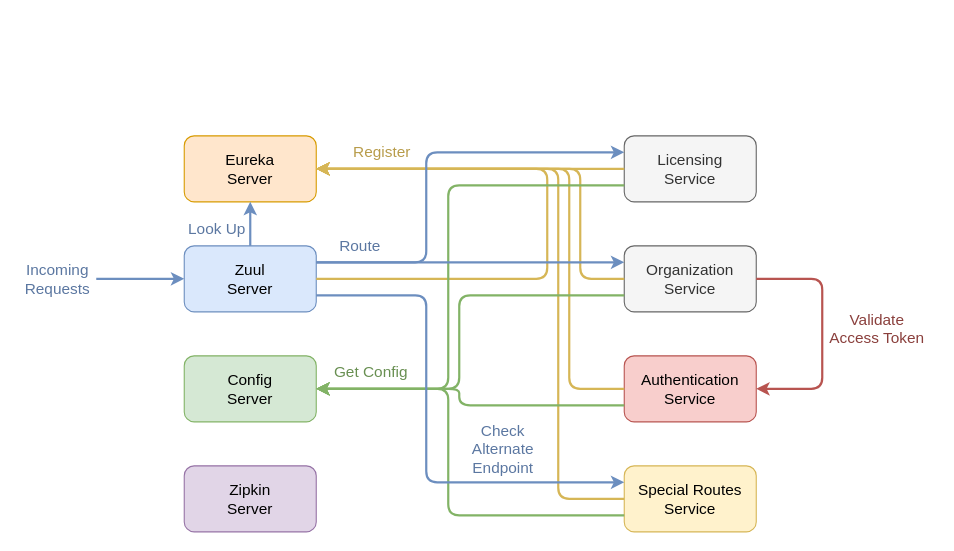
The draw.io diagram readme/drawio/whole_structure.drawio in wuyichen24/spring-microservices-in-action, before the edit. Source tidied: cells renumbered, new cells numbered last; positions are measured from the earlier drawing's top-left corner, leaving out a move shared by most shapes. Both pictures are drawn from the tidied source at 110%, with x=0, y=0 at pixel (19, 135).
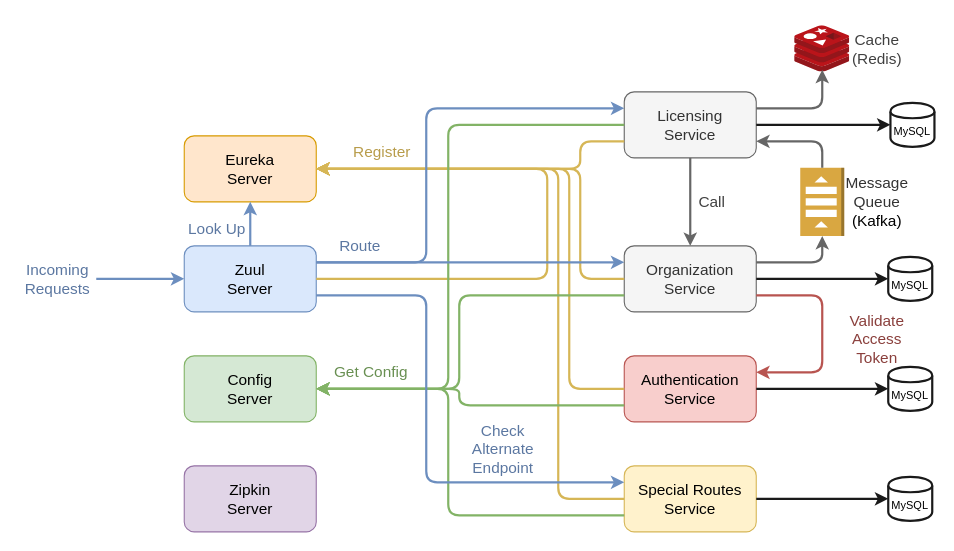
Above is the later version.

Commit message (it also covers changes not shown here):
update whole structure diagram

The change refers to these unchanged cells:
```xml
<mxCell id="2" value="&lt;font style=&quot;font-size: 14px&quot;&gt;Eureka&lt;br&gt;Server&lt;/font&gt;&lt;br&gt;" style="rounded=1;whiteSpace=wrap;html=1;fillColor=#ffe6cc;strokeColor=#d79b00;" parent="1" vertex="1">
  <mxGeometry x="150" width="120" height="60" as="geometry" />
</mxCell>
<mxCell id="3" value="&lt;span style=&quot;font-size: 14px&quot;&gt;Zuul&lt;br&gt;Server&lt;br&gt;&lt;/span&gt;" style="rounded=1;whiteSpace=wrap;html=1;fillColor=#dae8fc;strokeColor=#6c8ebf;" parent="1" vertex="1">
  <mxGeometry x="150" y="100" width="120" height="60" as="geometry" />
</mxCell>
<mxCell id="7" value="&lt;span style=&quot;font-size: 14px&quot;&gt;Organization&lt;br&gt;Service&lt;br&gt;&lt;/span&gt;" style="rounded=1;whiteSpace=wrap;html=1;fillColor=#f5f5f5;strokeColor=#666666;fontColor=#333333;" parent="1" vertex="1">
  <mxGeometry x="550" y="100" width="120" height="60" as="geometry" />
</mxCell>
<mxCell id="8" value="&lt;span style=&quot;font-size: 14px&quot;&gt;Authentication&lt;br&gt;Service&lt;br&gt;&lt;/span&gt;" style="rounded=1;whiteSpace=wrap;html=1;fillColor=#f8cecc;strokeColor=#b85450;" parent="1" vertex="1">
  <mxGeometry x="550" y="200" width="120" height="60" as="geometry" />
</mxCell>
<mxCell id="9" value="&lt;span style=&quot;font-size: 14px&quot;&gt;Special Routes&lt;br&gt;Service&lt;br&gt;&lt;/span&gt;" style="rounded=1;whiteSpace=wrap;html=1;fillColor=#fff2cc;strokeColor=#d6b656;" parent="1" vertex="1">
  <mxGeometry x="550" y="300" width="120" height="60" as="geometry" />
</mxCell>
<mxCell id="20" value="&lt;span style=&quot;font-size: 14px&quot;&gt;&lt;font color=&quot;#688f51&quot;&gt;Get Config&lt;/font&gt;&lt;/span&gt;" style="text;html=1;strokeColor=none;fillColor=none;align=center;verticalAlign=middle;whiteSpace=wrap;rounded=0;" parent="1" vertex="1">
  <mxGeometry x="270" y="200" width="100" height="30" as="geometry" />
</mxCell>
```

The edit, as a diff of the source:
```diff
@@
     <mxCell id="6" value="&lt;font style=&quot;font-size: 14px&quot;&gt;Licensing&lt;br&gt;Service&lt;/font&gt;&lt;br&gt;" style="rounded=1;whiteSpace=wrap;html=1;fillColor=#f5f5f5;strokeColor=#666666;fontColor=#333333;" parent="1" vertex="1">
-      <mxGeometry x="550" width="120" height="60" as="geometry" />
+      <mxGeometry x="550" y="-40" width="120" height="60" as="geometry" />
     </mxCell>
@@
-    <mxCell id="10" style="endArrow=classic;html=1;entryX=1;entryY=0.5;entryDx=0;entryDy=0;exitX=0;exitY=0.5;exitDx=0;exitDy=0;fillColor=#fff2cc;strokeColor=#d6b656;strokeWidth=2;" parent="1" edge="1" source="6" target="2">
-      <mxGeometry relative="1" as="geometry" />
+    <mxCell id="10" style="endArrow=classic;html=1;entryX=1;entryY=0.5;entryDx=0;entryDy=0;fillColor=#fff2cc;strokeColor=#d6b656;strokeWidth=2;exitX=0;exitY=0.75;exitDx=0;exitDy=0;" parent="1" edge="1" source="6" target="2">
+      <mxGeometry relative="1" as="geometry">
+        <Array as="points">
+          <mxPoint x="510" y="5" />
+          <mxPoint x="510" y="30" />
+        </Array>
+      </mxGeometry>
     </mxCell>
@@
-    <mxCell id="16" style="endArrow=classic;html=1;exitX=0;exitY=0.75;exitDx=0;exitDy=0;fillColor=#d5e8d4;strokeColor=#82b366;strokeWidth=2;entryX=0;entryY=1;entryDx=0;entryDy=0;entryPerimeter=0;" parent="1" edge="1" source="6" target="20">
+    <mxCell id="16" style="endArrow=classic;html=1;exitX=0;exitY=0.5;exitDx=0;exitDy=0;fillColor=#d5e8d4;strokeColor=#82b366;strokeWidth=2;entryX=0;entryY=1;entryDx=0;entryDy=0;entryPerimeter=0;" parent="1" edge="1" source="6" target="20">
       <mxGeometry relative="1" as="geometry">
         <Array as="points">
-          <mxPoint x="390" y="45" />
+          <mxPoint x="390" y="-10" />
           <mxPoint x="390" y="230" />
         </Array>
       </mxGeometry>
     </mxCell>
@@
-    <mxCell id="21" style="endArrow=classic;html=1;entryX=1;entryY=0.5;entryDx=0;entryDy=0;exitX=1;exitY=0.5;exitDx=0;exitDy=0;fillColor=#f8cecc;strokeColor=#b85450;strokeWidth=2;" parent="1" edge="1" source="7" target="8">
+    <mxCell id="21" style="endArrow=classic;html=1;entryX=1;entryY=0.25;entryDx=0;entryDy=0;exitX=1;exitY=0.75;exitDx=0;exitDy=0;fillColor=#f8cecc;strokeColor=#b85450;strokeWidth=2;" parent="1" edge="1" source="7" target="8">
       <mxGeometry relative="1" as="geometry">
         <Array as="points">
-          <mxPoint x="730" y="130" />
-          <mxPoint x="730" y="230" />
+          <mxPoint x="730" y="145" />
+          <mxPoint x="730" y="215" />
         </Array>
       </mxGeometry>
     </mxCell>
-    <mxCell id="22" value="&lt;span style=&quot;font-size: 14px&quot;&gt;&lt;font color=&quot;#8a3f3c&quot;&gt;Validate&lt;br&gt;Access Token&lt;/font&gt;&lt;br&gt;&lt;/span&gt;" style="text;html=1;strokeColor=none;fillColor=none;align=center;verticalAlign=middle;whiteSpace=wrap;rounded=0;" parent="1" vertex="1">
-      <mxGeometry x="730" y="160" width="100" height="30" as="geometry" />
+    <mxCell id="22" value="&lt;span style=&quot;font-size: 14px&quot;&gt;&lt;font color=&quot;#8a3f3c&quot;&gt;Validate&lt;br&gt;Access&lt;br&gt;Token&lt;/font&gt;&lt;br&gt;&lt;/span&gt;" style="text;html=1;strokeColor=none;fillColor=none;align=center;verticalAlign=middle;whiteSpace=wrap;rounded=0;" parent="1" vertex="1">
+      <mxGeometry x="748" y="160" width="64" height="50" as="geometry" />
     </mxCell>
     <mxCell id="23" style="endArrow=classic;html=1;entryX=0;entryY=0.25;entryDx=0;entryDy=0;exitX=1;exitY=0.25;exitDx=0;exitDy=0;fillColor=#dae8fc;strokeColor=#6c8ebf;strokeWidth=2;" parent="1" edge="1" source="3" target="6">
       <mxGeometry relative="1" as="geometry">
         <Array as="points">
           <mxPoint x="370" y="115" />
-          <mxPoint x="370" y="15" />
+          <mxPoint x="370" y="-25" />
         </Array>
       </mxGeometry>
     </mxCell>
@@
+    <mxCell id="32" style="outlineConnect=0;dashed=0;verticalLabelPosition=bottom;verticalAlign=top;align=center;html=1;shape=mxgraph.aws3.queue;fillColor=#D9A741;gradientColor=none;rotation=-90;" parent="1" vertex="1">
+      <mxGeometry x="699" y="40" width="62" height="40" as="geometry" />
+    </mxCell>
+    <mxCell id="33" style="endArrow=classic;html=1;entryX=0;entryY=0.5;entryDx=0;entryDy=0;fillColor=#f5f5f5;strokeColor=#666666;strokeWidth=2;exitX=1;exitY=0.25;exitDx=0;exitDy=0;entryPerimeter=0;" parent="1" edge="1" source="7" target="32">
+      <mxGeometry relative="1" as="geometry">
+        <Array as="points">
+          <mxPoint x="730" y="115" />
+        </Array>
+      </mxGeometry>
+    </mxCell>
+    <mxCell id="34" style="endArrow=classic;html=1;entryX=1;entryY=0.75;entryDx=0;entryDy=0;strokeWidth=2;exitX=1;exitY=0.5;exitDx=0;exitDy=0;exitPerimeter=0;fillColor=#f5f5f5;strokeColor=#666666;" parent="1" edge="1" source="32" target="6">
+      <mxGeometry relative="1" as="geometry">
+        <Array as="points">
+          <mxPoint x="730" y="5" />
+        </Array>
+      </mxGeometry>
+    </mxCell>
+    <mxCell id="35" value="&lt;span style=&quot;font-size: 14px&quot;&gt;&lt;font color=&quot;#333333&quot;&gt;Message&lt;br&gt;Queue&lt;br&gt;&lt;/font&gt;(Kafka)&lt;br&gt;&lt;/span&gt;" style="text;html=1;strokeColor=none;fillColor=none;align=center;verticalAlign=middle;whiteSpace=wrap;rounded=0;" parent="1" vertex="1">
+      <mxGeometry x="750" y="32.5" width="60" height="55" as="geometry" />
+    </mxCell>
+    <mxCell id="36" style="html=1;perimeter=none;align=center;shadow=0;dashed=0;image;fontSize=12;image=img/lib/mscae/Cache_Redis_Product.svg;" parent="1" vertex="1">
+      <mxGeometry x="705" y="-100" width="50" height="42" as="geometry" />
+    </mxCell>
+    <mxCell id="37" style="endArrow=classic;html=1;strokeWidth=2;exitX=1;exitY=0.25;exitDx=0;exitDy=0;fillColor=#f5f5f5;strokeColor=#666666;" parent="1" edge="1" source="6">
+      <mxGeometry relative="1" as="geometry">
+        <mxPoint x="730" y="-60" as="targetPoint" />
+        <Array as="points">
+          <mxPoint x="730" y="-25" />
+        </Array>
+      </mxGeometry>
+    </mxCell>
+    <mxCell id="38" value="&lt;span style=&quot;font-size: 14px&quot;&gt;&lt;font color=&quot;#404040&quot;&gt;Cache&lt;br&gt;(Redis)&lt;/font&gt;&lt;br&gt;&lt;/span&gt;" style="text;html=1;strokeColor=none;fillColor=none;align=center;verticalAlign=middle;whiteSpace=wrap;rounded=0;" parent="1" vertex="1">
+      <mxGeometry x="750" y="-106.5" width="60" height="55" as="geometry" />
+    </mxCell>
+    <mxCell id="39" style="endArrow=classic;html=1;entryX=0.5;entryY=0;entryDx=0;entryDy=0;strokeWidth=2;exitX=0.5;exitY=1;exitDx=0;exitDy=0;fillColor=#f5f5f5;strokeColor=#666666;" parent="1" edge="1" source="6" target="7">
+      <mxGeometry relative="1" as="geometry" />
+    </mxCell>
+    <mxCell id="40" value="&lt;font style=&quot;font-size: 10px&quot;&gt;MySQL&lt;/font&gt;" style="shape=cylinder;whiteSpace=wrap;html=1;boundedLbl=1;backgroundOutline=1;strokeColor=#1A1A1A;strokeWidth=2;" parent="1" vertex="1">
+      <mxGeometry x="792" y="-30" width="40" height="40" as="geometry" />
+    </mxCell>
+    <mxCell id="41" style="endArrow=classic;html=1;entryX=0;entryY=0.5;entryDx=0;entryDy=0;fillColor=#dae8fc;strokeColor=#1A1A1A;strokeWidth=2;exitX=1;exitY=0.5;exitDx=0;exitDy=0;" parent="1" edge="1" source="6" target="40">
+      <mxGeometry relative="1" as="geometry" />
+    </mxCell>
+    <mxCell id="42" value="&lt;font style=&quot;font-size: 10px&quot;&gt;MySQL&lt;/font&gt;" style="shape=cylinder;whiteSpace=wrap;html=1;boundedLbl=1;backgroundOutline=1;strokeColor=#1A1A1A;strokeWidth=2;" parent="1" vertex="1">
+      <mxGeometry x="790" y="110" width="40" height="40" as="geometry" />
+    </mxCell>
+    <mxCell id="43" style="endArrow=classic;html=1;entryX=0;entryY=0.5;entryDx=0;entryDy=0;fillColor=#dae8fc;strokeColor=#1A1A1A;strokeWidth=2;exitX=1;exitY=0.5;exitDx=0;exitDy=0;" parent="1" edge="1" source="7" target="42">
+      <mxGeometry relative="1" as="geometry" />
+    </mxCell>
+    <mxCell id="44" value="&lt;font style=&quot;font-size: 10px&quot;&gt;MySQL&lt;/font&gt;" style="shape=cylinder;whiteSpace=wrap;html=1;boundedLbl=1;backgroundOutline=1;strokeColor=#1A1A1A;strokeWidth=2;" parent="1" vertex="1">
+      <mxGeometry x="790" y="210" width="40" height="40" as="geometry" />
+    </mxCell>
+    <mxCell id="45" value="&lt;font style=&quot;font-size: 10px&quot;&gt;MySQL&lt;/font&gt;" style="shape=cylinder;whiteSpace=wrap;html=1;boundedLbl=1;backgroundOutline=1;strokeColor=#1A1A1A;strokeWidth=2;" parent="1" vertex="1">
+      <mxGeometry x="790" y="310" width="40" height="40" as="geometry" />
+    </mxCell>
+    <mxCell id="46" style="endArrow=classic;html=1;entryX=0;entryY=0.5;entryDx=0;entryDy=0;fillColor=#dae8fc;strokeColor=#1A1A1A;strokeWidth=2;exitX=1;exitY=0.5;exitDx=0;exitDy=0;" parent="1" edge="1" source="8" target="44">
+      <mxGeometry relative="1" as="geometry" />
+    </mxCell>
+    <mxCell id="47" style="endArrow=classic;html=1;entryX=0;entryY=0.5;entryDx=0;entryDy=0;fillColor=#dae8fc;strokeColor=#1A1A1A;strokeWidth=2;exitX=1;exitY=0.5;exitDx=0;exitDy=0;" parent="1" edge="1" source="9" target="45">
+      <mxGeometry relative="1" as="geometry" />
+    </mxCell>
+    <mxCell id="48" value="&lt;span style=&quot;font-size: 14px&quot;&gt;&lt;font color=&quot;#404040&quot;&gt;Call&lt;/font&gt;&lt;br&gt;&lt;/span&gt;" style="text;html=1;strokeColor=none;fillColor=none;align=center;verticalAlign=middle;whiteSpace=wrap;rounded=0;" parent="1" vertex="1">
+      <mxGeometry x="610" y="47.5" width="40" height="25" as="geometry" />
+    </mxCell>
```
